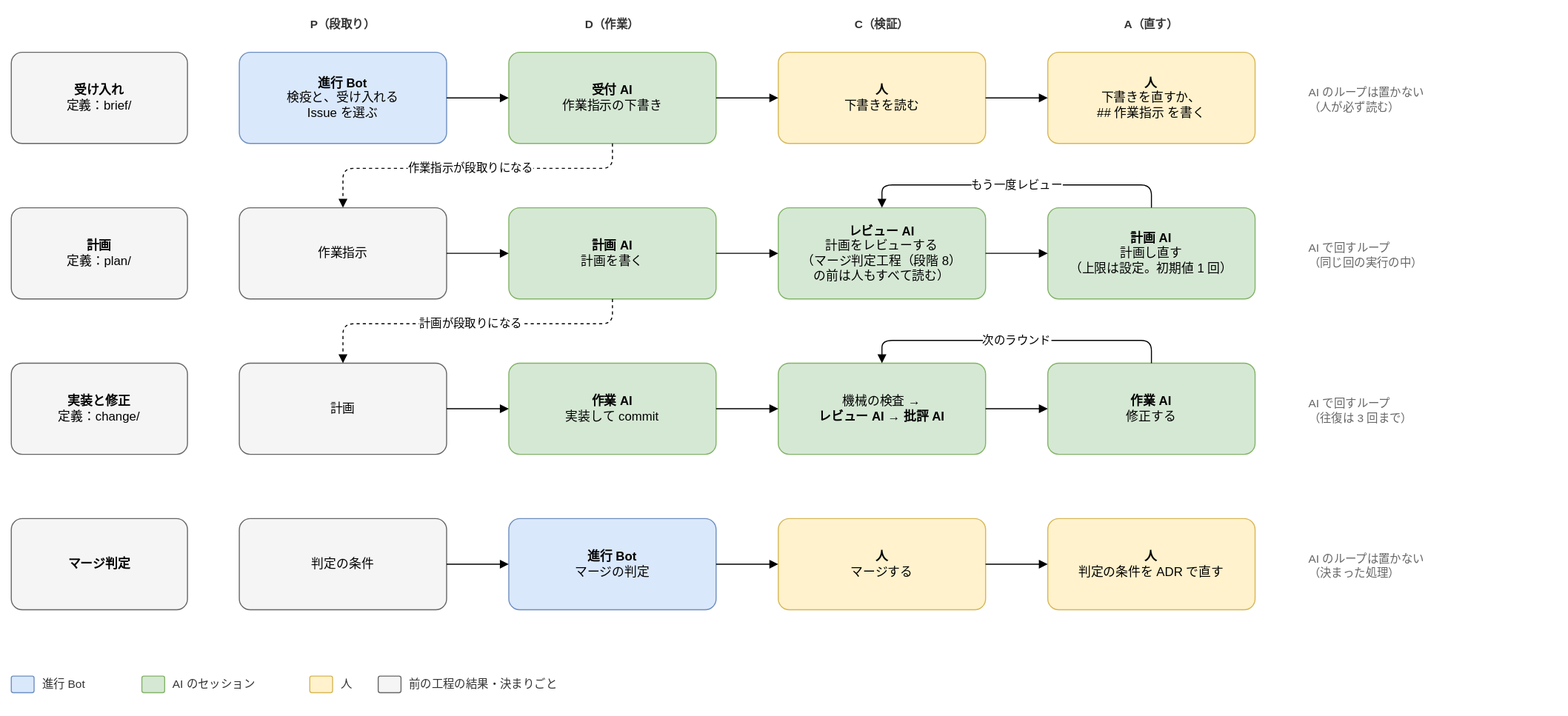
Above: docs/design/basic/diagrams/02-pdca.drawio.svg in Joymerrevent/dev-autopilot (draw.io), before the change. Source tidied: cells renumbered, new cells last; positions are measured from the earlier drawing's top-left corner, leaving out a move shared by most shapes.
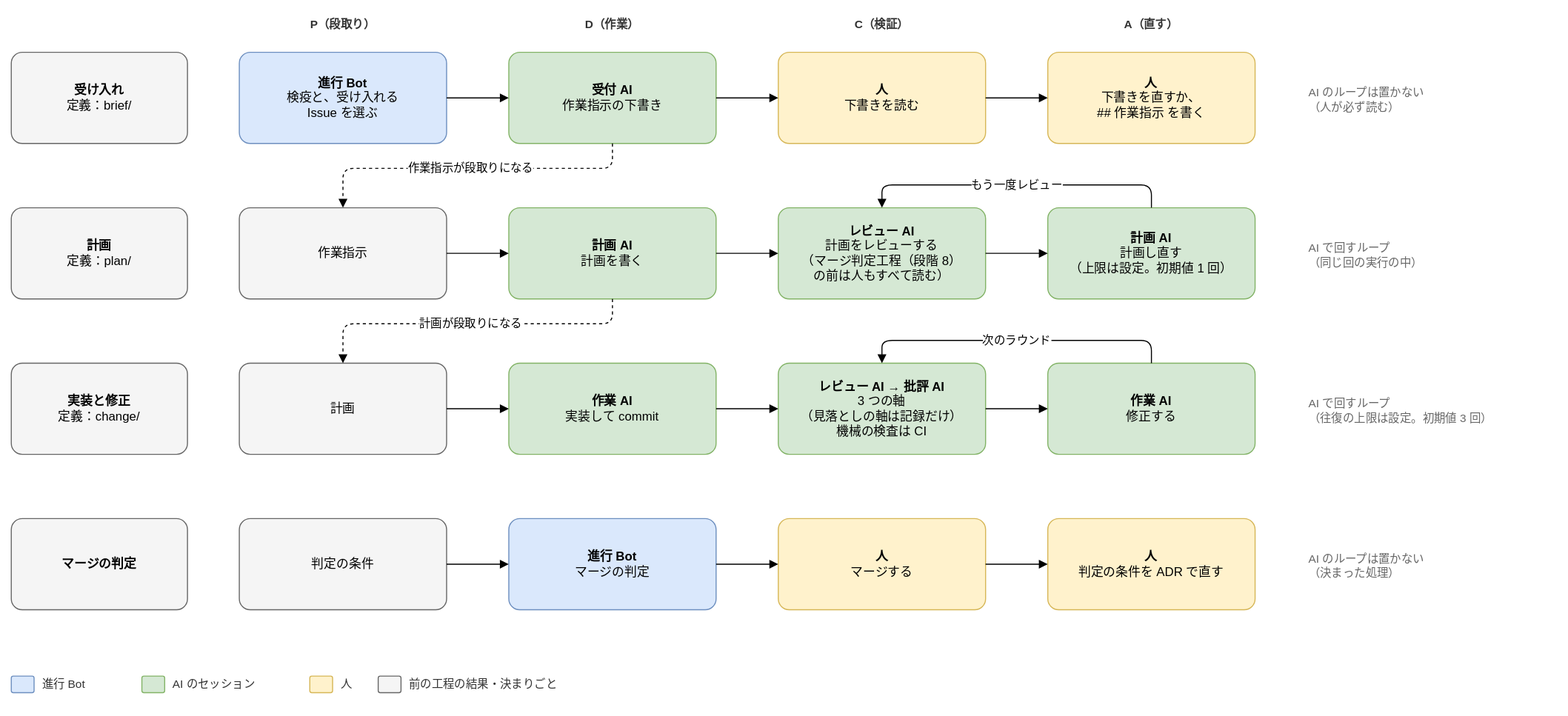
The same file after the commit.

What changed in the source:
```diff
@@ -85,7 +85,7 @@
     <mxCell id="27" value="&lt;b&gt;作業 AI&lt;/b&gt;&lt;br&gt;実装して commit" style="rounded=1;whiteSpace=wrap;html=1;fontSize=12;arcSize=12;spacing=12;fillColor=#d5e8d4;strokeColor=#82b366;" parent="1" vertex="1">
       <mxGeometry x="480" y="340" width="200" height="88" as="geometry" />
     </mxCell>
-    <mxCell id="28" value="機械の検査 →&lt;br&gt;&lt;b&gt;レビュー AI&lt;/b&gt; → &lt;b&gt;批評 AI&lt;/b&gt;" style="rounded=1;whiteSpace=wrap;html=1;fontSize=12;arcSize=12;spacing=12;fillColor=#d5e8d4;strokeColor=#82b366;" parent="1" vertex="1">
+    <mxCell id="28" value="&lt;b&gt;レビュー AI → 批評 AI&lt;/b&gt;&lt;br&gt;3 つの軸&lt;br&gt;（見落としの軸は記録だけ）&lt;br&gt;機械の検査は CI" style="rounded=1;whiteSpace=wrap;html=1;fontSize=12;arcSize=12;spacing=12;fillColor=#d5e8d4;strokeColor=#82b366;" parent="1" vertex="1">
       <mxGeometry x="740" y="340" width="200" height="88" as="geometry" />
     </mxCell>
     <mxCell id="29" value="&lt;b&gt;作業 AI&lt;/b&gt;&lt;br&gt;修正する" style="rounded=1;whiteSpace=wrap;html=1;fontSize=12;arcSize=12;spacing=12;fillColor=#d5e8d4;strokeColor=#82b366;" parent="1" vertex="1">
@@ -108,10 +108,10 @@
         </Array>
       </mxGeometry>
     </mxCell>
-    <mxCell id="34" value="AI で回すループ&lt;br&gt;（往復は 3 回まで）" style="text;html=1;whiteSpace=wrap;align=left;verticalAlign=top;fontSize=11;fontColor=#666666;verticalAlign=middle;" parent="1" vertex="1">
+    <mxCell id="34" value="AI で回すループ&lt;br&gt;（往復の上限は設定。初期値 3 回）" style="text;html=1;whiteSpace=wrap;align=left;verticalAlign=top;fontSize=11;fontColor=#666666;verticalAlign=middle;" parent="1" vertex="1">
       <mxGeometry x="1250" y="366" width="230" height="40" as="geometry" />
     </mxCell>
-    <mxCell id="35" value="&lt;b&gt;マージ判定&lt;/b&gt;" style="rounded=1;whiteSpace=wrap;html=1;fontSize=12;arcSize=12;spacing=12;fillColor=#f5f5f5;strokeColor=#666666;" parent="1" vertex="1">
+    <mxCell id="35" value="&lt;b&gt;マージの判定&lt;/b&gt;" style="rounded=1;whiteSpace=wrap;html=1;fontSize=12;arcSize=12;spacing=12;fillColor=#f5f5f5;strokeColor=#666666;" parent="1" vertex="1">
       <mxGeometry y="490" width="170" height="88" as="geometry" />
     </mxCell>
     <mxCell id="36" value="判定の条件" style="rounded=1;whiteSpace=wrap;html=1;fontSize=12;arcSize=12;spacing=12;fillColor=#f5f5f5;strokeColor=#666666;" parent="1" vertex="1">
```
